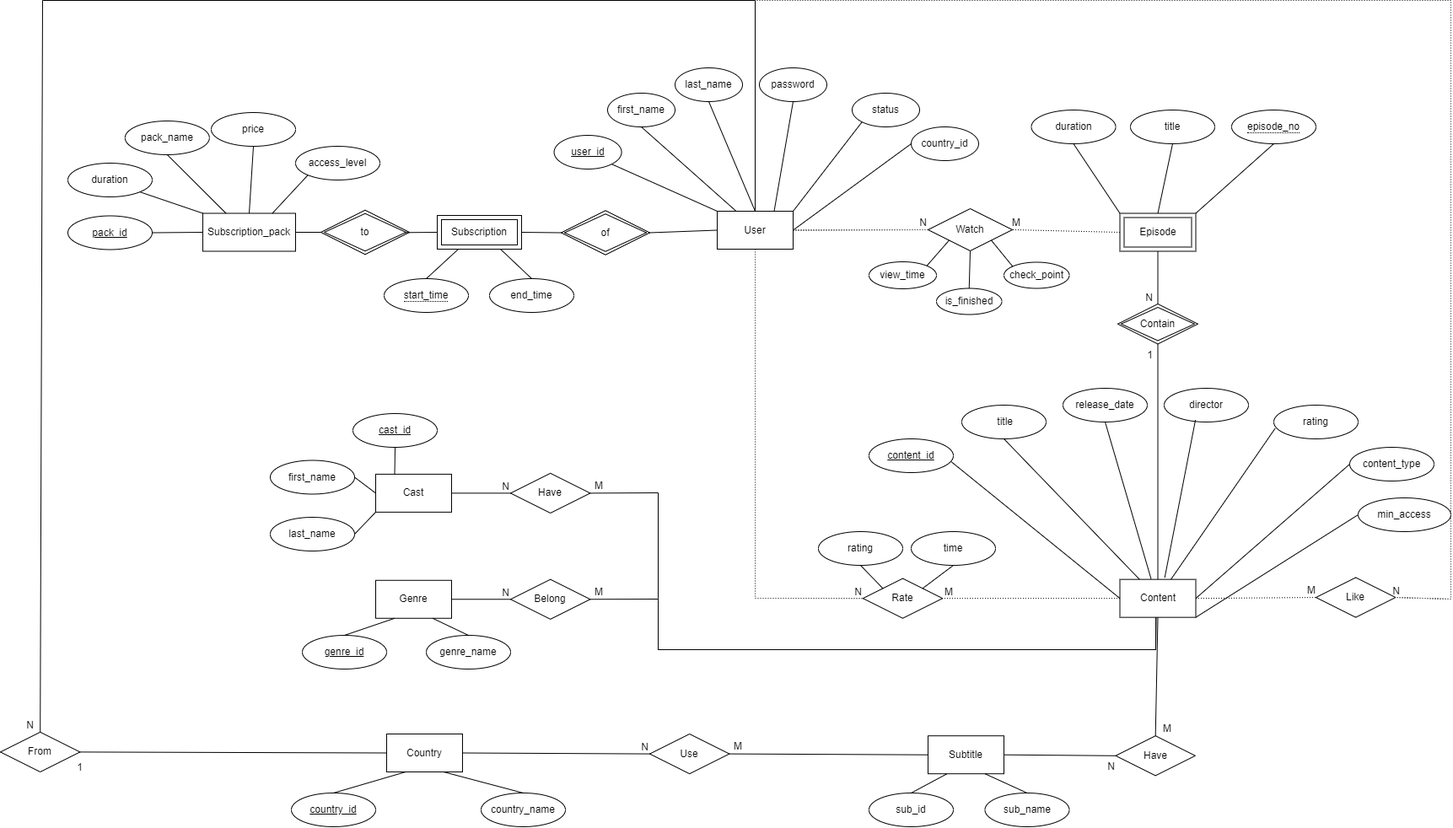
mtrung12/Movie_streaming_db keeps this draw.io diagram as Movie_stream_ERD.png. Above is the earlier version. Source tidied: cells renumbered, new cells last; positions are measured from the earlier drawing's top-left corner, leaving out a move shared by most shapes.
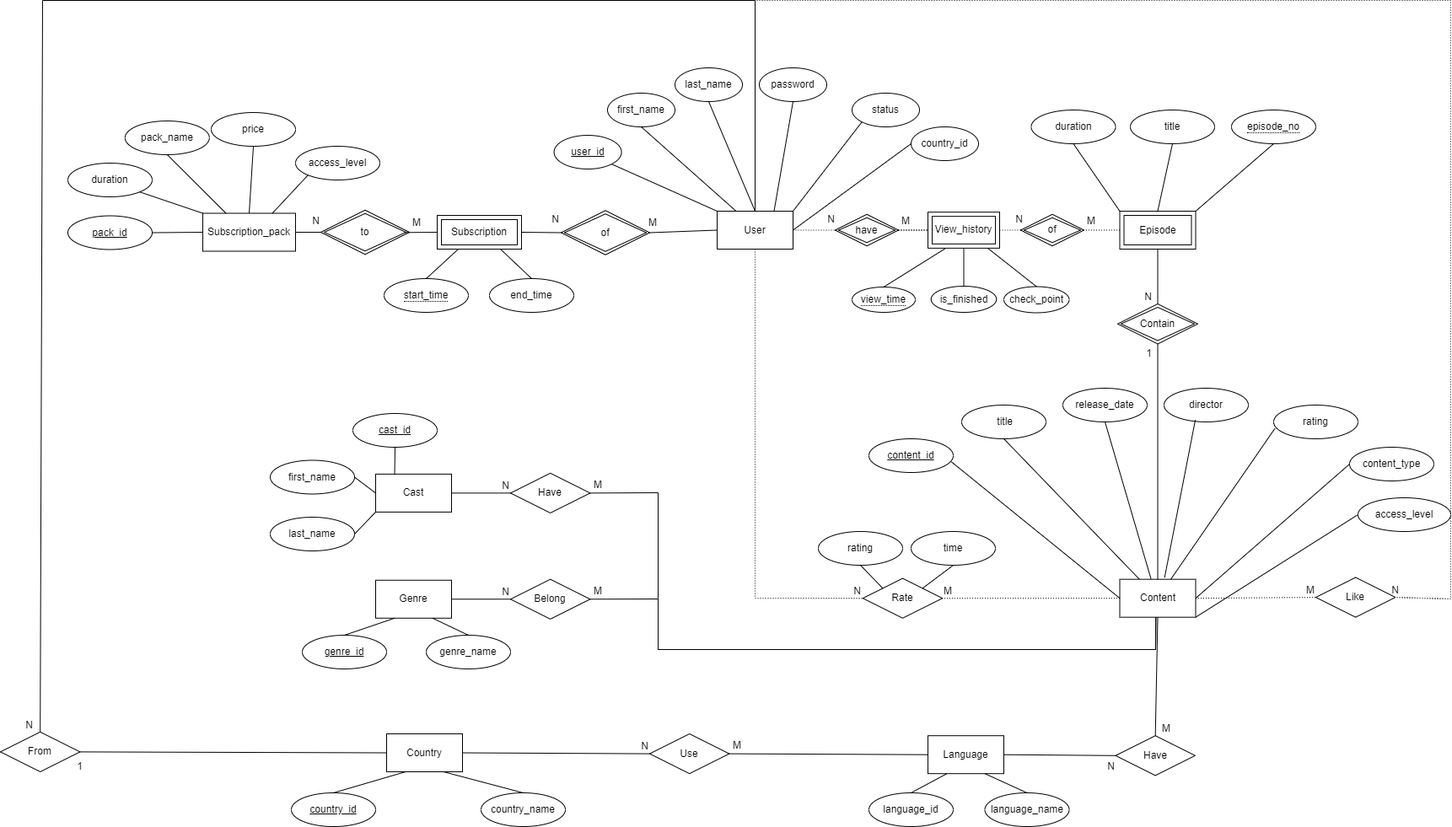
The same diagram one commit later.

The edit, as a diff of the source:
```diff
@@ -89,9 +89,6 @@
     <mxCell id="30" style="endArrow=none;html=1;rounded=0;exitX=0.5;exitY=1;exitDx=0;exitDy=0;entryX=0.5;entryY=0;entryDx=0;entryDy=0;" parent="1" edge="1" source="29" target="21">
       <mxGeometry relative="1" as="geometry" />
     </mxCell>
-    <mxCell id="31" value="Watch" style="shape=rhombus;perimeter=rhombusPerimeter;whiteSpace=wrap;html=1;align=center;" parent="1" vertex="1">
-      <mxGeometry x="1100" y="247" width="100" height="50" as="geometry" />
-    </mxCell>
     <mxCell id="32" style="endArrow=none;html=1;rounded=0;exitX=0.5;exitY=1;exitDx=0;exitDy=0;entryX=0.5;entryY=0;entryDx=0;entryDy=0;" parent="1" edge="1" source="127" target="126">
       <mxGeometry relative="1" as="geometry" />
     </mxCell>
@@ -108,36 +105,22 @@
         <mxPoint x="-5" y="20" as="offset" />
       </mxGeometry>
     </mxCell>
-    <mxCell id="36" style="endArrow=none;html=1;rounded=0;dashed=1;dashPattern=1 2;exitX=1;exitY=0.5;exitDx=0;exitDy=0;entryX=0;entryY=0.5;entryDx=0;entryDy=0;" parent="1" edge="1" source="21" target="31">
+    <mxCell id="36" style="endArrow=none;html=1;rounded=0;dashed=1;dashPattern=1 2;exitX=1;exitY=0.5;exitDx=0;exitDy=0;entryX=0;entryY=0.5;entryDx=0;entryDy=0;" parent="1" edge="1" source="21" target="138">
       <mxGeometry relative="1" as="geometry" />
     </mxCell>
-    <mxCell id="37" value="N" style="html=1;whiteSpace=wrap;align=right;verticalAlign=bottom;" parent="36" vertex="1">
-      <mxGeometry x="1" relative="1" as="geometry" />
-    </mxCell>
-    <mxCell id="38" style="endArrow=none;html=1;rounded=0;dashed=1;dashPattern=1 2;exitX=0;exitY=0.5;exitDx=0;exitDy=0;entryX=1;entryY=0.5;entryDx=0;entryDy=0;" parent="1" edge="1" source="127" target="31">
-      <mxGeometry relative="1" as="geometry" />
-    </mxCell>
-    <mxCell id="39" value="M" style="html=1;whiteSpace=wrap;align=right;verticalAlign=bottom;" parent="38" vertex="1">
-      <mxGeometry x="1" relative="1" as="geometry">
-        <mxPoint x="10" as="offset" />
-      </mxGeometry>
-    </mxCell>
-    <mxCell id="40" value="view_time" style="ellipse;whiteSpace=wrap;html=1;align=center;" parent="1" vertex="1">
-      <mxGeometry x="1030" y="310" width="80" height="32" as="geometry" />
-    </mxCell>
     <mxCell id="41" value="is_finished" style="ellipse;whiteSpace=wrap;html=1;align=center;" parent="1" vertex="1">
-      <mxGeometry x="1110" y="341.5" width="77.5" height="31" as="geometry" />
+      <mxGeometry x="1103.8" y="339" width="77.5" height="31" as="geometry" />
     </mxCell>
     <mxCell id="42" value="check_point" style="ellipse;whiteSpace=wrap;html=1;align=center;" parent="1" vertex="1">
-      <mxGeometry x="1190" y="310.5" width="77.5" height="31" as="geometry" />
+      <mxGeometry x="1190" y="339.5" width="77.5" height="31" as="geometry" />
     </mxCell>
-    <mxCell id="43" style="endArrow=none;html=1;rounded=0;entryX=0;entryY=1;entryDx=0;entryDy=0;exitX=1;exitY=0;exitDx=0;exitDy=0;" parent="1" edge="1" source="40" target="31">
+    <mxCell id="43" style="endArrow=none;html=1;rounded=0;entryX=0.25;entryY=1;entryDx=0;entryDy=0;exitX=0.5;exitY=0;exitDx=0;exitDy=0;" parent="1" edge="1" source="40" target="137">
       <mxGeometry relative="1" as="geometry" />
     </mxCell>
-    <mxCell id="44" style="endArrow=none;html=1;rounded=0;entryX=0.5;entryY=1;entryDx=0;entryDy=0;exitX=0.5;exitY=0;exitDx=0;exitDy=0;" parent="1" edge="1" source="41" target="31">
+    <mxCell id="44" style="endArrow=none;html=1;rounded=0;entryX=0.5;entryY=1;entryDx=0;entryDy=0;exitX=0.5;exitY=0;exitDx=0;exitDy=0;" parent="1" edge="1" source="41" target="137">
       <mxGeometry relative="1" as="geometry" />
     </mxCell>
-    <mxCell id="45" style="endArrow=none;html=1;rounded=0;entryX=1;entryY=1;entryDx=0;entryDy=0;exitX=0;exitY=0;exitDx=0;exitDy=0;" parent="1" edge="1" source="42" target="31">
+    <mxCell id="45" style="endArrow=none;html=1;rounded=0;exitX=0.5;exitY=0;exitDx=0;exitDy=0;entryX=0.834;entryY=0.999;entryDx=0;entryDy=0;entryPerimeter=0;" parent="1" edge="1" source="42" target="137">
       <mxGeometry relative="1" as="geometry" />
     </mxCell>
     <mxCell id="46" value="&lt;font style=&quot;font-size: 12px;&quot;&gt;Cast&lt;/font&gt;" style="rounded=0;whiteSpace=wrap;html=1;" parent="1" vertex="1">
@@ -214,6 +197,11 @@
     <mxCell id="67" value="N" style="html=1;whiteSpace=wrap;align=right;verticalAlign=bottom;" parent="66" vertex="1">
       <mxGeometry x="1" relative="1" as="geometry" />
     </mxCell>
+    <mxCell id="136" value="N" style="html=1;whiteSpace=wrap;align=right;verticalAlign=bottom;" parent="66" vertex="1">
+      <mxGeometry x="1" relative="1" as="geometry">
+        <mxPoint x="-225" y="-314" as="offset" />
+      </mxGeometry>
+    </mxCell>
     <mxCell id="68" style="endArrow=none;html=1;rounded=0;entryX=1;entryY=0.5;entryDx=0;entryDy=0;exitX=0.475;exitY=1.001;exitDx=0;exitDy=0;exitPerimeter=0;" parent="1" edge="1" source="13" target="65">
       <mxGeometry relative="1" as="geometry">
         <Array as="points">
@@ -286,16 +274,16 @@
     <mxCell id="86" value="&lt;font style=&quot;font-size: 12px;&quot;&gt;Country&lt;/font&gt;" style="rounded=0;whiteSpace=wrap;html=1;" parent="1" vertex="1">
       <mxGeometry x="458" y="870" width="90" height="45" as="geometry" />
     </mxCell>
-    <mxCell id="87" value="&lt;font style=&quot;font-size: 12px;&quot;&gt;Subtitle&lt;/font&gt;" style="rounded=0;whiteSpace=wrap;html=1;" parent="1" vertex="1">
+    <mxCell id="87" value="&lt;font style=&quot;font-size: 12px;&quot;&gt;Language&lt;/font&gt;" style="rounded=0;whiteSpace=wrap;html=1;" parent="1" vertex="1">
       <mxGeometry x="1100" y="872.2" width="90" height="45" as="geometry" />
     </mxCell>
     <mxCell id="88" value="country_name" style="ellipse;whiteSpace=wrap;html=1;align=center;" parent="1" vertex="1">
       <mxGeometry x="570" y="940" width="100" height="40" as="geometry" />
     </mxCell>
-    <mxCell id="89" value="sub_id" style="ellipse;whiteSpace=wrap;html=1;align=center;" parent="1" vertex="1">
+    <mxCell id="89" value="language_id" style="ellipse;whiteSpace=wrap;html=1;align=center;" parent="1" vertex="1">
       <mxGeometry x="1030" y="940" width="100" height="40" as="geometry" />
     </mxCell>
-    <mxCell id="90" value="sub_name" style="ellipse;whiteSpace=wrap;html=1;align=center;" parent="1" vertex="1">
+    <mxCell id="90" value="language_name" style="ellipse;whiteSpace=wrap;html=1;align=center;" parent="1" vertex="1">
       <mxGeometry x="1167.5" y="940" width="100" height="40" as="geometry" />
     </mxCell>
     <mxCell id="91" style="endArrow=none;html=1;rounded=0;entryX=0.25;entryY=1;entryDx=0;entryDy=0;exitX=0.5;exitY=0;exitDx=0;exitDy=0;" parent="1" edge="1" source="112" target="86">
@@ -408,7 +396,7 @@
     <mxCell id="119" style="endArrow=none;html=1;rounded=0;entryX=0.75;entryY=0;entryDx=0;entryDy=0;exitX=0;exitY=1;exitDx=0;exitDy=0;" parent="1" edge="1" source="118" target="51">
       <mxGeometry relative="1" as="geometry" />
     </mxCell>
-    <mxCell id="120" value="min_access" style="ellipse;whiteSpace=wrap;html=1;align=center;" parent="1" vertex="1">
+    <mxCell id="120" value="access_level" style="ellipse;whiteSpace=wrap;html=1;align=center;" parent="1" vertex="1">
       <mxGeometry x="1610" y="590" width="110" height="40" as="geometry" />
     </mxCell>
     <mxCell id="121" style="endArrow=none;html=1;rounded=0;entryX=0;entryY=0.5;entryDx=0;entryDy=0;exitX=1;exitY=1;exitDx=0;exitDy=0;" parent="1" edge="1" source="13" target="120">
@@ -430,7 +418,7 @@
       <mxGeometry x="1325" y="360" width="95" height="47.5" as="geometry" />
     </mxCell>
     <mxCell id="127" value="Episode" style="shape=ext;margin=3;double=1;whiteSpace=wrap;html=1;align=center;" parent="1" vertex="1">
-      <mxGeometry x="1327.5" y="252.5" width="90" height="45" as="geometry" />
+      <mxGeometry x="1327.5" y="250" width="90" height="45" as="geometry" />
     </mxCell>
     <mxCell id="128" value="&lt;span style=&quot;border-bottom: 1px dotted&quot;&gt;episode_no&lt;/span&gt;" style="ellipse;whiteSpace=wrap;html=1;align=center;" parent="1" vertex="1">
       <mxGeometry x="1460" y="130" width="100" height="40" as="geometry" />
@@ -456,5 +444,53 @@
     <mxCell id="135" style="endArrow=none;html=1;rounded=0;entryX=0.5;entryY=0;entryDx=0;entryDy=0;exitX=0.75;exitY=1;exitDx=0;exitDy=0;" parent="1" edge="1" source="122" target="124">
       <mxGeometry relative="1" as="geometry" />
     </mxCell>
+    <mxCell id="137" value="View_history" style="shape=ext;margin=3;double=1;whiteSpace=wrap;html=1;align=center;" parent="1" vertex="1">
+      <mxGeometry x="1100" y="251.1" width="85" height="42.8" as="geometry" />
+    </mxCell>
+    <mxCell id="40" value="&lt;span style=&quot;border-bottom: 1px dotted&quot;&gt;view_time&lt;/span&gt;" style="ellipse;whiteSpace=wrap;html=1;align=center;" parent="1" vertex="1">
+      <mxGeometry x="1010" y="340" width="75" height="30" as="geometry" />
+    </mxCell>
+    <mxCell id="138" value="have&lt;span style=&quot;color: rgba(0, 0, 0, 0); font-family: monospace; font-size: 0px; text-align: start; text-wrap: nowrap;&quot;&gt;%3CmxGraphModel%3E%3Croot%3E%3CmxCell%20id%3D%220%22%2F%3E%3CmxCell%20id%3D%221%22%20parent%3D%220%22%2F%3E%3CmxCell%20id%3D%222%22%20value%3D%22of%22%20style%3D%22shape%3Drhombus%3Bdouble%3D1%3Bperimeter%3DrhombusPerimeter%3BwhiteSpace%3Dwrap%3Bhtml%3D1%3Balign%3Dcenter%3B%22%20vertex%3D%221%22%20parent%3D%221%22%3E%3CmxGeometry%20x%3D%22-265%22%20y%3D%22-330.75%22%20width%3D%22105%22%20height%3D%2252.5%22%20as%3D%22geometry%22%2F%3E%3C%2FmxCell%3E%3C%2Froot%3E%3C%2FmxGraphModel%3E&lt;/span&gt;" style="shape=rhombus;double=1;perimeter=rhombusPerimeter;whiteSpace=wrap;html=1;align=center;" parent="1" vertex="1">
+      <mxGeometry x="990" y="253.8" width="75" height="37.5" as="geometry" />
+    </mxCell>
+    <mxCell id="139" value="of" style="shape=rhombus;double=1;perimeter=rhombusPerimeter;whiteSpace=wrap;html=1;align=center;" parent="1" vertex="1">
+      <mxGeometry x="1210" y="253.7" width="75" height="37.5" as="geometry" />
+    </mxCell>
+    <mxCell id="140" style="endArrow=none;html=1;rounded=0;dashed=1;dashPattern=1 2;exitX=1;exitY=0.5;exitDx=0;exitDy=0;entryX=0;entryY=0.5;entryDx=0;entryDy=0;" parent="1" edge="1" source="138" target="137">
+      <mxGeometry relative="1" as="geometry" />
+    </mxCell>
+    <mxCell id="141" style="endArrow=none;html=1;rounded=0;dashed=1;dashPattern=1 2;exitX=0;exitY=0.5;exitDx=0;exitDy=0;entryX=1;entryY=0.5;entryDx=0;entryDy=0;" parent="1" edge="1" source="139" target="137">
+      <mxGeometry relative="1" as="geometry" />
+    </mxCell>
+    <mxCell id="142" style="endArrow=none;html=1;rounded=0;dashed=1;dashPattern=1 2;exitX=0;exitY=0.5;exitDx=0;exitDy=0;entryX=1;entryY=0.5;entryDx=0;entryDy=0;" parent="1" edge="1" source="127" target="139">
+      <mxGeometry relative="1" as="geometry" />
+    </mxCell>
+    <mxCell id="143" value="M" style="html=1;whiteSpace=wrap;align=right;verticalAlign=bottom;" parent="1" vertex="1">
+      <mxGeometry x="500" y="272.5" as="geometry" />
+    </mxCell>
+    <mxCell id="144" value="M" style="html=1;whiteSpace=wrap;align=right;verticalAlign=bottom;" parent="1" vertex="1">
+      <mxGeometry x="780" y="272.5" as="geometry" />
+    </mxCell>
+    <mxCell id="145" value="N" style="html=1;whiteSpace=wrap;align=right;verticalAlign=bottom;" parent="1" vertex="1">
+      <mxGeometry x="390.5" y="280.4" as="geometry">
+        <mxPoint x="274" y="-12" as="offset" />
+      </mxGeometry>
+    </mxCell>
+    <mxCell id="146" value="M" style="html=1;whiteSpace=wrap;align=right;verticalAlign=bottom;" parent="1" vertex="1">
+      <mxGeometry x="1080" y="270" as="geometry" />
+    </mxCell>
+    <mxCell id="147" value="N" style="html=1;whiteSpace=wrap;align=right;verticalAlign=bottom;" parent="1" vertex="1">
+      <mxGeometry x="717.5" y="280.4" as="geometry">
+        <mxPoint x="274" y="-12" as="offset" />
+      </mxGeometry>
+    </mxCell>
+    <mxCell id="148" value="M" style="html=1;whiteSpace=wrap;align=right;verticalAlign=bottom;" parent="1" vertex="1">
+      <mxGeometry x="1300" y="270" as="geometry" />
+    </mxCell>
+    <mxCell id="149" value="N" style="html=1;whiteSpace=wrap;align=right;verticalAlign=bottom;" parent="1" vertex="1">
+      <mxGeometry x="940" y="280.4" as="geometry">
+        <mxPoint x="274" y="-12" as="offset" />
+      </mxGeometry>
+    </mxCell>
   </root>
 </mxGraphModel>
```
